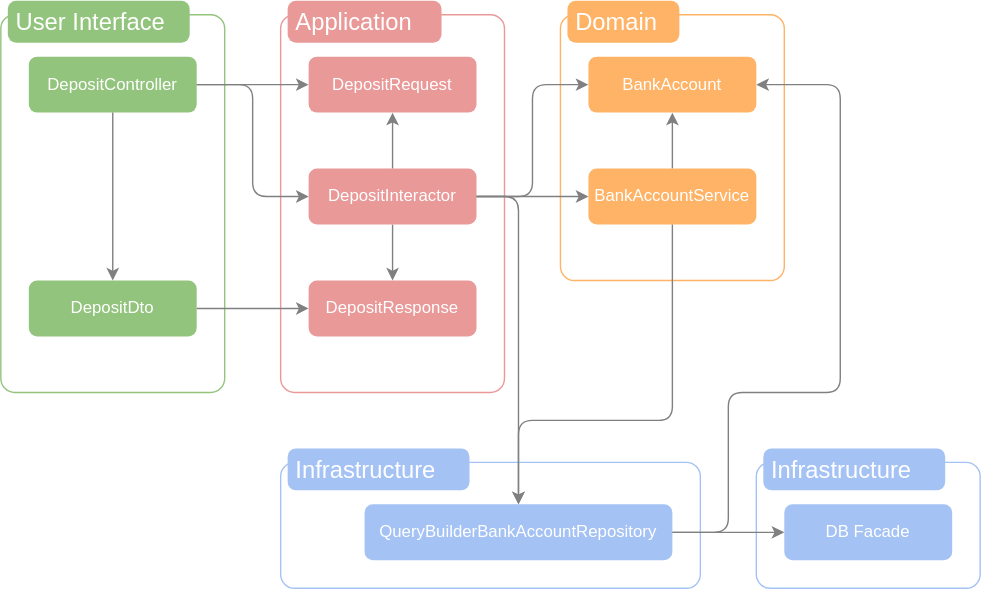
This is src/0-future-proof-architecture/images/di/class.svg from sayuprc/slides, a draw.io export, as it was before one commit. Source tidied: cells renumbered, new cells last; positions are measured from the earlier drawing's top-left corner, leaving out a move shared by most shapes.
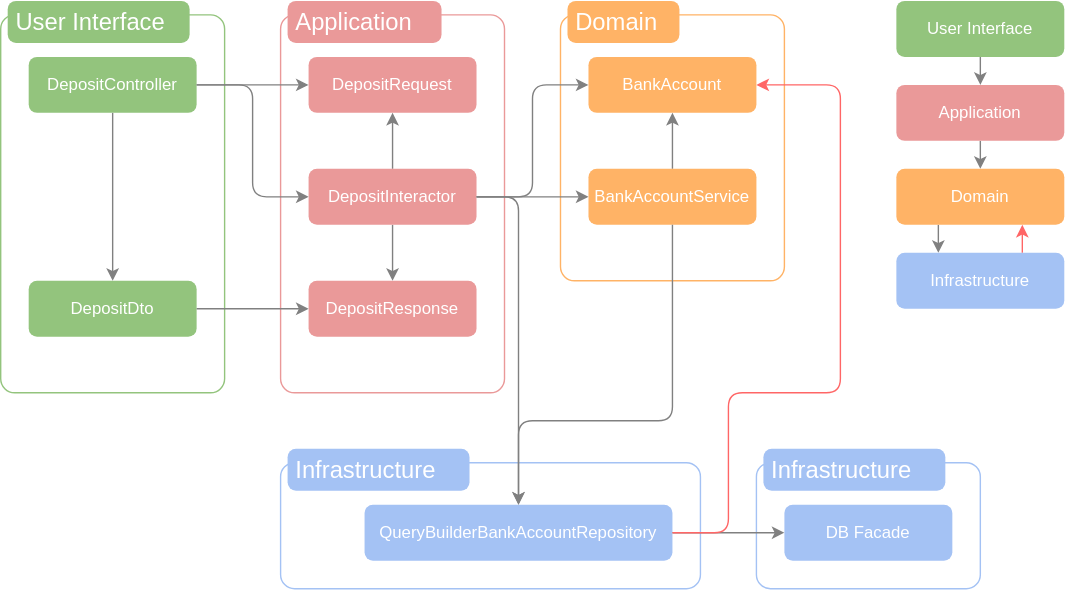
The same diagram one commit later.

Change to the diagram source:
```diff
@@ -114,7 +114,7 @@
         </Array>
       </mxGeometry>
     </mxCell>
-    <mxCell id="33" style="edgeStyle=none;html=1;entryX=1;entryY=0.5;entryDx=0;entryDy=0;strokeColor=#808080;" parent="1" edge="1" source="29" target="7">
+    <mxCell id="33" style="edgeStyle=none;html=1;entryX=1;entryY=0.5;entryDx=0;entryDy=0;strokeColor=#FF6666;" parent="1" edge="1" source="29" target="7">
       <mxGeometry relative="1" as="geometry">
         <Array as="points">
           <mxPoint x="520" y="380" />
@@ -124,5 +124,29 @@
         </Array>
       </mxGeometry>
     </mxCell>
+    <mxCell id="34" style="edgeStyle=none;html=1;entryX=0.5;entryY=0;entryDx=0;entryDy=0;strokeColor=#808080;" parent="1" edge="1" source="35" target="37">
+      <mxGeometry relative="1" as="geometry" />
+    </mxCell>
+    <mxCell id="35" value="&lt;font color=&quot;#ffffff&quot;&gt;User Interface&lt;/font&gt;" style="rounded=1;whiteSpace=wrap;html=1;fillColor=#93c47dff;strokeColor=none;glass=0;shadow=0;" parent="1" vertex="1">
+      <mxGeometry x="640" width="120" height="40" as="geometry" />
+    </mxCell>
+    <mxCell id="36" style="edgeStyle=none;html=1;entryX=0.5;entryY=0;entryDx=0;entryDy=0;strokeColor=#808080;" parent="1" edge="1" source="37" target="39">
+      <mxGeometry relative="1" as="geometry" />
+    </mxCell>
+    <mxCell id="37" value="&lt;font color=&quot;#ffffff&quot;&gt;Application&lt;br&gt;&lt;/font&gt;" style="rounded=1;whiteSpace=wrap;html=1;fillColor=#ea9999ff;strokeColor=none;glass=0;shadow=0;" parent="1" vertex="1">
+      <mxGeometry x="640" y="60" width="120" height="40" as="geometry" />
+    </mxCell>
+    <mxCell id="38" style="edgeStyle=none;html=1;exitX=0.25;exitY=1;exitDx=0;exitDy=0;entryX=0.25;entryY=0;entryDx=0;entryDy=0;strokeColor=#808080;" parent="1" edge="1" source="39" target="41">
+      <mxGeometry relative="1" as="geometry" />
+    </mxCell>
+    <mxCell id="39" value="&lt;font color=&quot;#ffffff&quot;&gt;Domain&lt;/font&gt;" style="rounded=1;whiteSpace=wrap;html=1;fillColor=#FFB366;strokeColor=none;glass=0;shadow=0;" parent="1" vertex="1">
+      <mxGeometry x="640" y="120" width="120" height="40" as="geometry" />
+    </mxCell>
+    <mxCell id="40" style="edgeStyle=none;html=1;exitX=0.75;exitY=0;exitDx=0;exitDy=0;entryX=0.75;entryY=1;entryDx=0;entryDy=0;strokeColor=#FF6666;" parent="1" edge="1" source="41" target="39">
+      <mxGeometry relative="1" as="geometry" />
+    </mxCell>
+    <mxCell id="41" value="&lt;font color=&quot;#ffffff&quot;&gt;Infrastructure&lt;/font&gt;" style="rounded=1;whiteSpace=wrap;html=1;fillColor=#a4c2f4ff;strokeColor=none;" parent="1" vertex="1">
+      <mxGeometry x="640" y="180" width="120" height="40" as="geometry" />
+    </mxCell>
   </root>
 </mxGraphModel>
```
